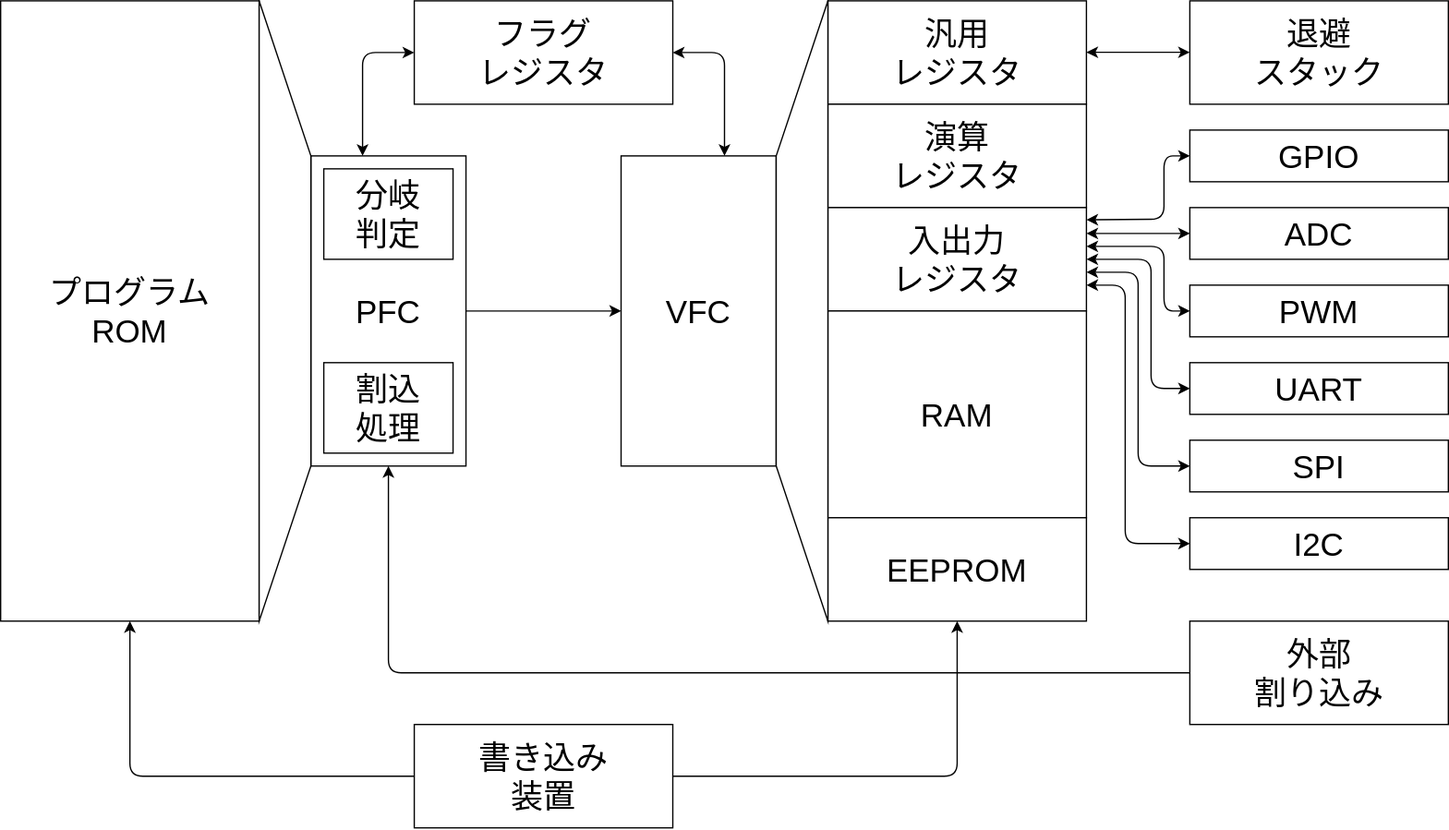
This is Lab/Computer/Micon/01_CPU/img/arch.dio.svg from amane-uehara/kanade-k-1228.github.io, a draw.io export, as it was before one commit. Source tidied: cells renumbered, new cells last; positions are measured from the earlier drawing's top-left corner, leaving out a move shared by most shapes.
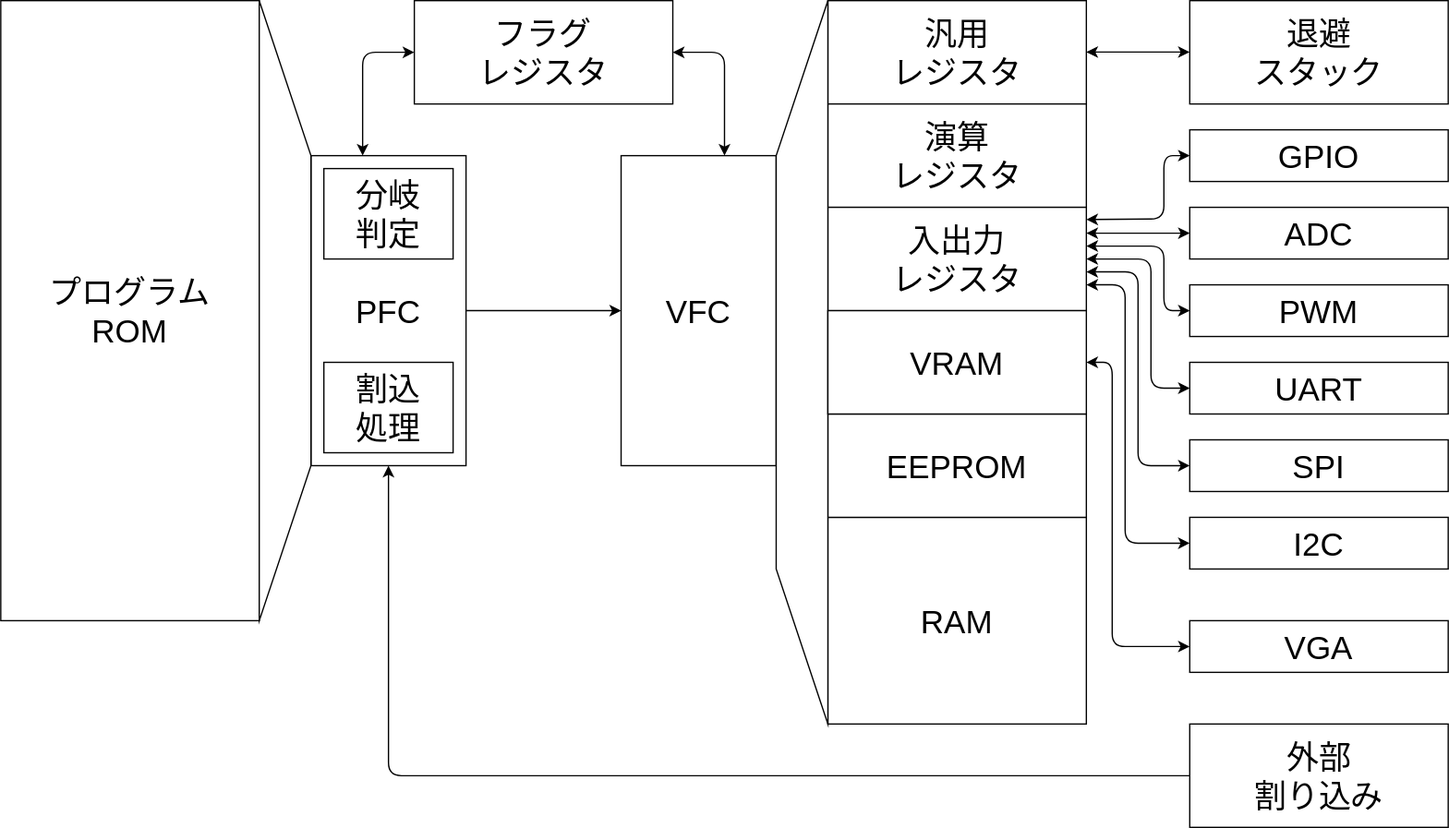
Above is the later version.

Diff of the diagram source:
```diff
@@ -12,10 +12,10 @@
       <mxGeometry x="640" y="160" width="200" height="80" as="geometry" />
     </mxCell>
     <mxCell id="5" value="RAM" style="rounded=0;whiteSpace=wrap;html=1;fontSize=25;" parent="1" vertex="1">
-      <mxGeometry x="640" y="240" width="200" height="160" as="geometry" />
+      <mxGeometry x="640" y="400" width="200" height="160" as="geometry" />
     </mxCell>
     <mxCell id="6" value="EEPROM" style="rounded=0;whiteSpace=wrap;html=1;fontSize=25;" parent="1" vertex="1">
-      <mxGeometry x="640" y="400" width="200" height="80" as="geometry" />
+      <mxGeometry x="640" y="320" width="200" height="80" as="geometry" />
     </mxCell>
     <mxCell id="7" value="VFC" style="rounded=0;whiteSpace=wrap;html=1;fontSize=25;" parent="1" vertex="1">
       <mxGeometry x="480" y="120" width="120" height="240" as="geometry" />
@@ -48,44 +48,23 @@
     <mxCell id="13" value="GPIO" style="rounded=0;whiteSpace=wrap;html=1;fontSize=25;" parent="1" vertex="1">
       <mxGeometry x="920" y="100" width="200" height="40" as="geometry" />
     </mxCell>
-    <mxCell id="14" value="書き込み&lt;br&gt;装置" style="rounded=0;whiteSpace=wrap;html=1;fontSize=25;" parent="1" vertex="1">
-      <mxGeometry x="320" y="560" width="200" height="80" as="geometry" />
-    </mxCell>
-    <mxCell id="15" style="endArrow=classic;html=1;fontSize=25;" parent="1" edge="1">
-      <mxGeometry relative="1" as="geometry">
-        <mxPoint x="320" y="600" as="sourcePoint" />
-        <mxPoint x="100" y="480" as="targetPoint" />
-        <Array as="points">
-          <mxPoint x="100" y="600" />
-        </Array>
-      </mxGeometry>
-    </mxCell>
-    <mxCell id="16" style="endArrow=classic;html=1;fontSize=25;" parent="1" edge="1">
-      <mxGeometry relative="1" as="geometry">
-        <mxPoint x="520" y="600" as="sourcePoint" />
-        <mxPoint x="740" y="480" as="targetPoint" />
-        <Array as="points">
-          <mxPoint x="740" y="600" />
-        </Array>
-      </mxGeometry>
-    </mxCell>
     <mxCell id="17" style="shape=trapezoid;perimeter=trapezoidPerimeter;whiteSpace=wrap;html=1;fixedSize=1;fontSize=25;direction=south;size=120;" parent="1" vertex="1">
       <mxGeometry x="200" width="40" height="480" as="geometry" />
     </mxCell>
     <mxCell id="18" style="shape=trapezoid;perimeter=trapezoidPerimeter;whiteSpace=wrap;html=1;fixedSize=1;fontSize=25;direction=north;size=120;" parent="1" vertex="1">
-      <mxGeometry x="600" width="40" height="480" as="geometry" />
+      <mxGeometry x="600" width="40" height="560" as="geometry" />
     </mxCell>
     <mxCell id="19" style="endArrow=classic;html=1;fontSize=25;" parent="1" edge="1">
       <mxGeometry relative="1" as="geometry">
-        <mxPoint x="920" y="520" as="sourcePoint" />
+        <mxPoint x="920" y="600" as="sourcePoint" />
         <mxPoint x="300" y="360" as="targetPoint" />
         <Array as="points">
-          <mxPoint x="300" y="520" />
+          <mxPoint x="300" y="600" />
         </Array>
       </mxGeometry>
     </mxCell>
     <mxCell id="20" value="外部&lt;br&gt;割り込み" style="rounded=0;whiteSpace=wrap;html=1;fontSize=25;" parent="1" vertex="1">
-      <mxGeometry x="920" y="480" width="200" height="80" as="geometry" />
+      <mxGeometry x="920" y="560" width="200" height="80" as="geometry" />
     </mxCell>
     <mxCell id="21" value="I2C" style="rounded=0;whiteSpace=wrap;html=1;fontSize=25;" parent="1" vertex="1">
       <mxGeometry x="920" y="400" width="200" height="40" as="geometry" />
@@ -181,5 +160,21 @@
         <mxPoint x="920" y="39.8" as="targetPoint" />
       </mxGeometry>
     </mxCell>
+    <mxCell id="37" value="VRAM" style="rounded=0;whiteSpace=wrap;html=1;fontSize=25;" parent="1" vertex="1">
+      <mxGeometry x="640" y="240" width="200" height="80" as="geometry" />
+    </mxCell>
+    <mxCell id="38" style="endArrow=classic;startArrow=classic;html=1;fontSize=25;" parent="1" edge="1">
+      <mxGeometry relative="1" as="geometry">
+        <mxPoint x="840" y="280" as="sourcePoint" />
+        <mxPoint x="920" y="500" as="targetPoint" />
+        <Array as="points">
+          <mxPoint x="860" y="280" />
+          <mxPoint x="860" y="500" />
+        </Array>
+      </mxGeometry>
+    </mxCell>
+    <mxCell id="39" value="VGA" style="rounded=0;whiteSpace=wrap;html=1;fontSize=25;" parent="1" vertex="1">
+      <mxGeometry x="920" y="480" width="200" height="40" as="geometry" />
+    </mxCell>
   </root>
 </mxGraphModel>
```
